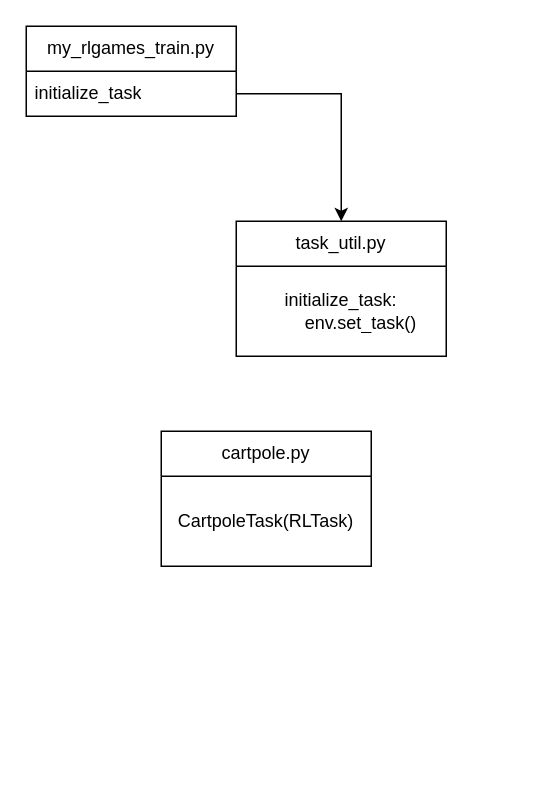
This is Untitled Diagram.drawio from evan6007/AITalent_MMCalliNet, a draw.io file, before an edit. Source tidied: cells renumbered, new cells numbered last; positions are measured from the earlier drawing's top-left corner, leaving out a move shared by most shapes. Both pictures are drawn from the tidied source at 150%, with x=0, y=0 at pixel (26, 26).
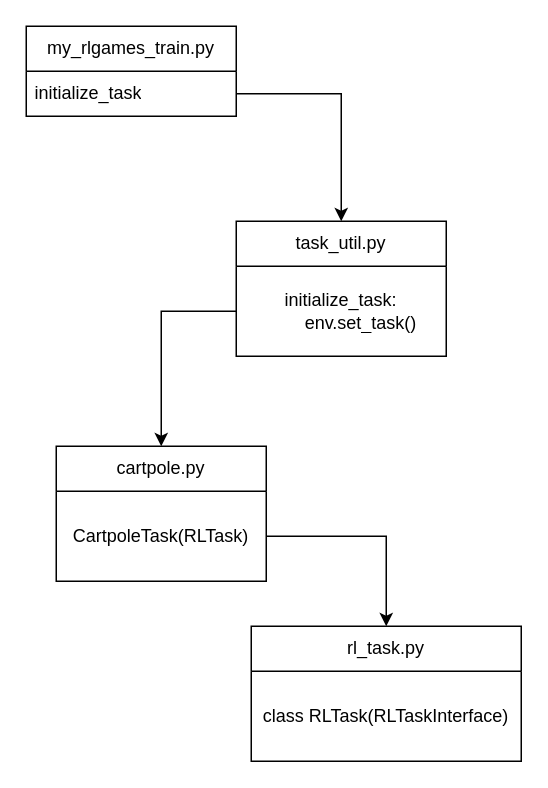
The same diagram, later.

Change to the diagram source:
```diff
@@
 <mxGraphModel>
   <root>
     <mxCell id="0" />
     <mxCell id="1" parent="0" />
     <mxCell id="2" value="my_rlgames_train.py" style="swimlane;fontStyle=0;horizontal=1;startSize=30;whiteSpace=wrap;html=1;" parent="1" vertex="1">
       <mxGeometry width="140" height="60" as="geometry" />
     </mxCell>
     <mxCell id="3" value="initialize_task" style="text;strokeColor=none;fillColor=none;align=left;verticalAlign=middle;spacingLeft=4;spacingRight=4;overflow=hidden;points=[[0,0.5],[1,0.5]];portConstraint=eastwest;whiteSpace=wrap;html=1;" parent="2" vertex="1">
       <mxGeometry y="30" width="140" height="30" as="geometry" />
     </mxCell>
     <mxCell id="4" value="task_util.py" style="swimlane;fontStyle=0;horizontal=1;startSize=30;whiteSpace=wrap;html=1;" parent="1" vertex="1">
       <mxGeometry x="140" y="130" width="140" height="90" as="geometry" />
     </mxCell>
     <mxCell id="5" value="initialize_task:&lt;br&gt;&lt;span style=&quot;white-space: pre;&quot;&gt;&#9;&lt;/span&gt;env.set_task()" style="text;strokeColor=none;fillColor=none;align=center;verticalAlign=middle;spacingLeft=4;spacingRight=4;overflow=hidden;points=[[0,0.5],[1,0.5]];portConstraint=eastwest;whiteSpace=wrap;html=1;" parent="4" vertex="1">
       <mxGeometry y="30" width="140" height="60" as="geometry" />
     </mxCell>
     <mxCell id="6" style="edgeStyle=orthogonalEdgeStyle;rounded=0;jettySize=auto;html=1;exitX=1;exitY=0.5;exitDx=0;exitDy=0;entryX=0.5;entryY=0;entryDx=0;entryDy=0;" parent="1" edge="1" source="3" target="4">
       <mxGeometry relative="1" as="geometry" />
     </mxCell>
     <mxCell id="7" value="cartpole.py" style="swimlane;fontStyle=0;horizontal=1;startSize=30;whiteSpace=wrap;html=1;" parent="1" vertex="1">
-      <mxGeometry x="90" y="270" width="140" height="90" as="geometry" />
+      <mxGeometry x="20" y="280" width="140" height="90" as="geometry" />
     </mxCell>
     <mxCell id="8" value="CartpoleTask(RLTask)" style="text;strokeColor=none;fillColor=none;align=center;verticalAlign=middle;spacingLeft=4;spacingRight=4;overflow=hidden;points=[[0,0.5],[1,0.5]];portConstraint=eastwest;whiteSpace=wrap;html=1;" parent="7" vertex="1">
       <mxGeometry y="30" width="140" height="60" as="geometry" />
     </mxCell>
+    <mxCell id="9" style="edgeStyle=orthogonalEdgeStyle;rounded=0;jettySize=auto;html=1;" parent="1" edge="1" source="5" target="7">
+      <mxGeometry relative="1" as="geometry" />
+    </mxCell>
+    <mxCell id="10" value="rl_task.py" style="swimlane;fontStyle=0;horizontal=1;startSize=30;whiteSpace=wrap;html=1;" parent="1" vertex="1">
+      <mxGeometry x="150" y="400" width="180" height="90" as="geometry" />
+    </mxCell>
+    <mxCell id="11" value="class RLTask(RLTaskInterface)" style="text;strokeColor=none;fillColor=none;align=center;verticalAlign=middle;spacingLeft=4;spacingRight=4;overflow=hidden;whiteSpace=wrap;html=1;" parent="10" vertex="1">
+      <mxGeometry y="30" width="180" height="60" as="geometry" />
+    </mxCell>
+    <mxCell id="12" style="edgeStyle=orthogonalEdgeStyle;rounded=0;jettySize=auto;html=1;exitX=1;exitY=0.5;exitDx=0;exitDy=0;entryX=0.5;entryY=0;entryDx=0;entryDy=0;" parent="1" edge="1" source="8" target="10">
+      <mxGeometry relative="1" as="geometry" />
+    </mxCell>
   </root>
 </mxGraphModel>
```
